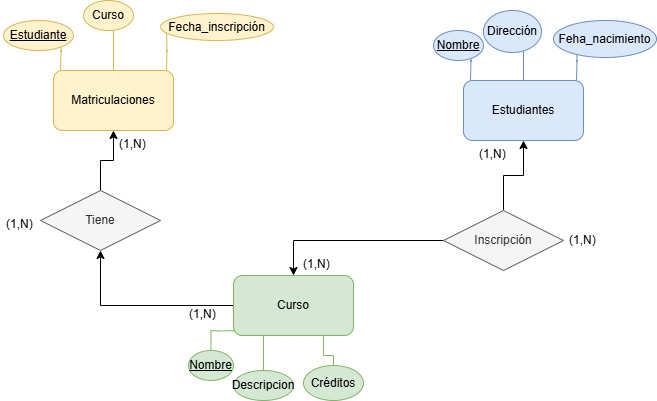
This is diseño/sheet01/ex03/Ejer03.drawio.png from Dorianaadc/Bootcamp, a draw.io export, as it was before one commit. Source tidied: cells renumbered, new cells last; positions are measured from the earlier drawing's top-left corner, leaving out a move shared by most shapes.
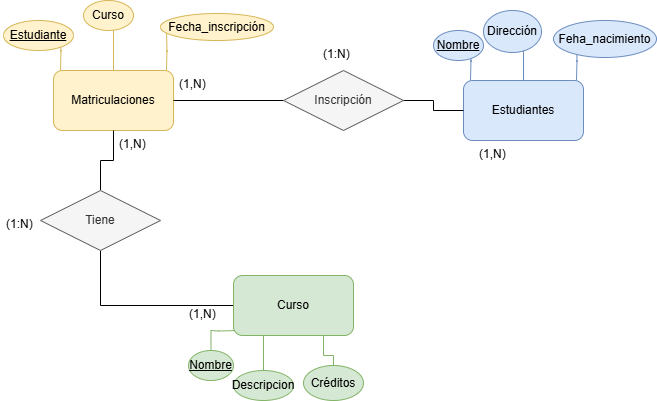
The same diagram one commit later.

Change to the diagram source:
```diff
@@ -35,7 +35,7 @@
     <mxCell id="8" style="edgeStyle=orthogonalEdgeStyle;rounded=0;jettySize=auto;html=1;exitX=0.75;exitY=1;exitDx=0;exitDy=0;endArrow=none;startFill=0;fillColor=#d5e8d4;strokeColor=#82b366;" parent="1" edge="1" source="10" target="23">
       <mxGeometry relative="1" as="geometry" />
     </mxCell>
-    <mxCell id="9" style="edgeStyle=orthogonalEdgeStyle;rounded=0;jettySize=auto;html=1;entryX=0.5;entryY=1;entryDx=0;entryDy=0;" parent="1" edge="1" source="10" target="28">
+    <mxCell id="9" style="edgeStyle=orthogonalEdgeStyle;rounded=0;jettySize=auto;html=1;entryX=0.5;entryY=1;entryDx=0;entryDy=0;endArrow=none;startFill=0;" parent="1" edge="1" source="10" target="28">
       <mxGeometry relative="1" as="geometry" />
     </mxCell>
     <mxCell id="10" value="Curso" style="rounded=1;whiteSpace=wrap;html=1;fillColor=#d5e8d4;strokeColor=#82b366;" parent="1" vertex="1">
@@ -88,16 +88,16 @@
     <mxCell id="23" value="Créditos" style="ellipse;whiteSpace=wrap;html=1;align=center;fillColor=#d5e8d4;strokeColor=#82b366;" parent="1" vertex="1">
       <mxGeometry x="303" y="365" width="60" height="35" as="geometry" />
     </mxCell>
-    <mxCell id="24" style="edgeStyle=orthogonalEdgeStyle;rounded=0;jettySize=auto;html=1;" parent="1" edge="1" source="26" target="10">
+    <mxCell id="24" style="edgeStyle=orthogonalEdgeStyle;rounded=0;jettySize=auto;html=1;endArrow=none;startFill=0;entryX=1;entryY=0.5;entryDx=0;entryDy=0;" parent="1" edge="1" source="26" target="5">
       <mxGeometry relative="1" as="geometry" />
     </mxCell>
-    <mxCell id="25" style="edgeStyle=orthogonalEdgeStyle;rounded=0;jettySize=auto;html=1;" parent="1" edge="1" source="26" target="17">
+    <mxCell id="25" style="edgeStyle=orthogonalEdgeStyle;rounded=0;jettySize=auto;html=1;endArrow=none;startFill=0;" parent="1" edge="1" source="26" target="17">
       <mxGeometry relative="1" as="geometry" />
     </mxCell>
     <mxCell id="26" value="Inscripción" style="shape=rhombus;perimeter=rhombusPerimeter;whiteSpace=wrap;html=1;align=center;fillColor=#f5f5f5;fontColor=#333333;strokeColor=#666666;" parent="1" vertex="1">
-      <mxGeometry x="443" y="210" width="120" height="60" as="geometry" />
+      <mxGeometry x="283" y="70" width="120" height="60" as="geometry" />
     </mxCell>
-    <mxCell id="27" style="edgeStyle=orthogonalEdgeStyle;rounded=0;jettySize=auto;html=1;" parent="1" edge="1" source="28" target="5">
+    <mxCell id="27" style="edgeStyle=orthogonalEdgeStyle;rounded=0;jettySize=auto;html=1;endArrow=none;startFill=0;" parent="1" edge="1" source="28" target="5">
       <mxGeometry relative="1" as="geometry" />
     </mxCell>
     <mxCell id="28" value="Tiene" style="shape=rhombus;perimeter=rhombusPerimeter;whiteSpace=wrap;html=1;align=center;fillColor=#f5f5f5;fontColor=#333333;strokeColor=#666666;" parent="1" vertex="1">
@@ -106,13 +106,13 @@
     <mxCell id="29" value="(1,N)" style="text;strokeColor=none;fillColor=none;spacingLeft=4;spacingRight=4;overflow=hidden;fontSize=12;whiteSpace=wrap;html=1;" parent="1" vertex="1">
       <mxGeometry x="473" y="140" width="40" height="30" as="geometry" />
     </mxCell>
-    <mxCell id="30" value="(1,N)" style="text;strokeColor=none;fillColor=none;spacingLeft=4;spacingRight=4;overflow=hidden;fontSize=12;whiteSpace=wrap;html=1;" parent="1" vertex="1">
-      <mxGeometry x="563" y="226" width="40" height="30" as="geometry" />
+    <mxCell id="30" value="(1:N)" style="text;strokeColor=none;fillColor=none;spacingLeft=4;spacingRight=4;overflow=hidden;fontSize=12;whiteSpace=wrap;html=1;" parent="1" vertex="1">
+      <mxGeometry x="317" y="40" width="40" height="30" as="geometry" />
     </mxCell>
     <mxCell id="31" value="(1,N)" style="text;strokeColor=none;fillColor=none;spacingLeft=4;spacingRight=4;overflow=hidden;fontSize=12;whiteSpace=wrap;html=1;" parent="1" vertex="1">
-      <mxGeometry x="297" y="250" width="40" height="30" as="geometry" />
+      <mxGeometry x="173" y="70" width="40" height="30" as="geometry" />
     </mxCell>
-    <mxCell id="32" value="(1,N)" style="text;strokeColor=none;fillColor=none;spacingLeft=4;spacingRight=4;overflow=hidden;fontSize=12;whiteSpace=wrap;html=1;" parent="1" vertex="1">
+    <mxCell id="32" value="(1:N)" style="text;strokeColor=none;fillColor=none;spacingLeft=4;spacingRight=4;overflow=hidden;fontSize=12;whiteSpace=wrap;html=1;" parent="1" vertex="1">
       <mxGeometry y="210" width="40" height="30" as="geometry" />
     </mxCell>
     <mxCell id="33" value="(1,N)" style="text;strokeColor=none;fillColor=none;spacingLeft=4;spacingRight=4;overflow=hidden;fontSize=12;whiteSpace=wrap;html=1;" parent="1" vertex="1">
```
